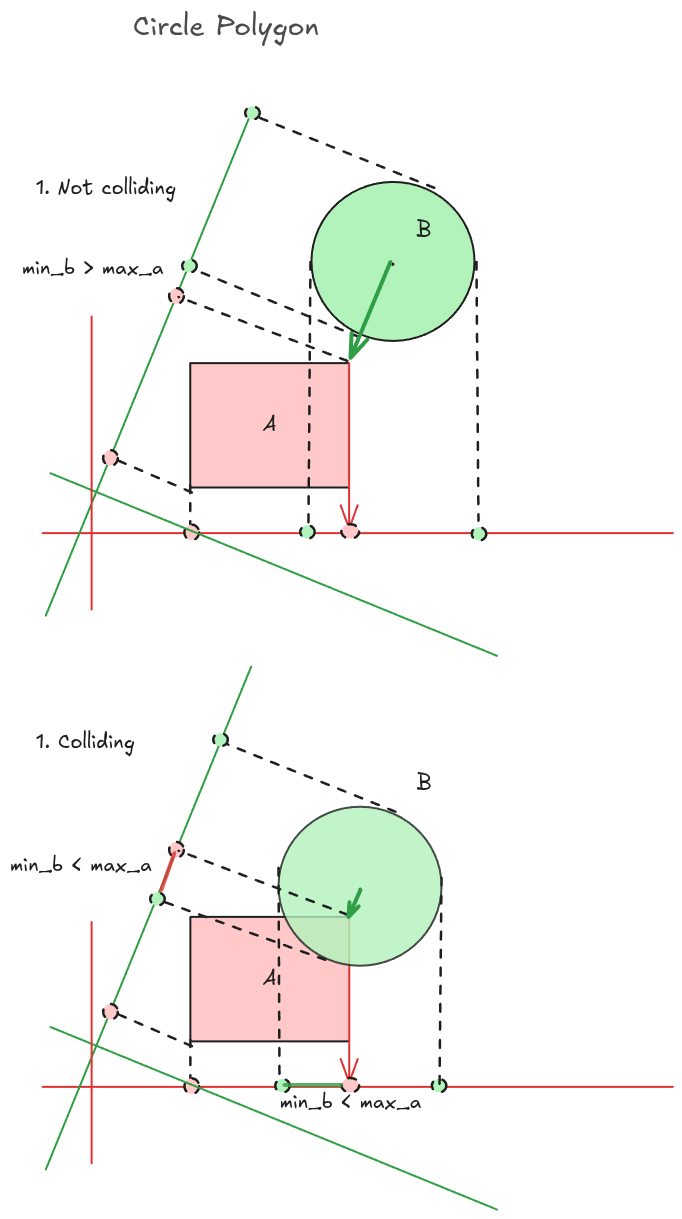
This is readme/sat_polygon_circle.excalidraw.png from OskarMihalik/physics_2D, a Excalidraw export, as it was before one commit. Source tidied: one line per element, renumbered; positions are measured from the earlier drawing's top-left corner, leaving out a move shared by most shapes. Its diagram source:
```json
{"id": 0, "type": "rectangle", "strokeColor": "#1e1e1e", "backgroundColor": "#ffc9c9", "fillStyle": "solid", "strokeWidth": 2, "roughness": 0, "x": 180, "y": 353, "width": 159, "height": 124}
{"id": 1, "type": "text", "text": "A", "strokeColor": "#1e1e1e", "strokeWidth": 2, "roughness": 0, "fontSize": 20, "fontFamily": 5, "textAlign": "center", "verticalAlign": "middle", "inside": 0, "x": 253, "y": 403, "width": 14, "height": 25}
{"id": 2, "type": "arrow", "strokeColor": "#e03131", "strokeWidth": 2, "roughness": 0, "endArrowhead": "arrow", "round": true, "x": 339, "y": 353, "width": 0, "height": 166, "points": [[0, 0], [0, 166]]}
{"id": 3, "type": "line", "strokeColor": "#e03131", "strokeWidth": 2, "roughness": 0, "x": 32, "y": 523, "width": 630, "height": 0, "points": [[0, 0], [630, 0]]}
{"id": 4, "type": "line", "strokeColor": "#1e1e1e", "strokeWidth": 2, "strokeStyle": "dashed", "roughness": 0, "x": 180, "y": 475, "width": 0, "height": 51, "points": [[0, 0], [0, 51]]}
{"id": 5, "type": "ellipse", "strokeColor": "#1e1e1e", "backgroundColor": "#ffc9c9", "fillStyle": "solid", "strokeWidth": 2, "strokeStyle": "dashed", "roughness": 0, "x": 174, "y": 515, "width": 15, "height": 16}
{"id": 6, "type": "ellipse", "strokeColor": "#1e1e1e", "backgroundColor": "#ffc9c9", "fillStyle": "solid", "strokeWidth": 2, "strokeStyle": "dashed", "roughness": 0, "x": 331, "y": 514, "width": 18, "height": 14}
{"id": 7, "type": "ellipse", "strokeColor": "#1e1e1e", "backgroundColor": "#b2f2bb", "fillStyle": "solid", "strokeWidth": 2, "strokeStyle": "dashed", "roughness": 0, "x": 462, "y": 517, "width": 14, "height": 13}
{"id": 8, "type": "text", "text": "1. Not colliding", "strokeColor": "#1e1e1e", "backgroundColor": "#b2f2bb", "fillStyle": "solid", "strokeWidth": 2, "strokeStyle": "dashed", "roughness": 0, "fontSize": 20, "fontFamily": 5, "x": 26, "y": 166, "width": 140, "height": 25}
{"id": 9, "type": "line", "strokeColor": "#2f9e44", "angle": 6.25, "strokeWidth": 2, "roughness": 0, "x": 43, "y": 457, "width": 441, "height": 196, "points": [[0, 0], [441, 196]]}
{"id": 10, "type": "line", "strokeColor": "#2f9e44", "angle": 6.25, "strokeWidth": 2, "roughness": 0, "x": 248, "y": 106, "width": 220, "height": 497, "points": [[0, 0], [-220, 497]]}
{"id": 11, "type": "line", "strokeColor": "#e03131", "strokeWidth": 2, "roughness": 0, "x": 82, "y": 306, "width": 0, "height": 293, "points": [[0, 0], [0, 293]]}
{"id": 12, "type": "text", "text": "min_b > max_a", "strokeColor": "#1e1e1e", "strokeWidth": 2, "strokeStyle": "dashed", "roughness": 0, "fontSize": 20, "fontFamily": 5, "x": 12, "y": 247, "width": 142, "height": 25}
{"id": 13, "type": "text", "text": "Circle Polygon", "strokeColor": "#1e1e1e", "strokeWidth": 4, "roughness": 0, "opacity": 80, "fontSize": 28, "fontFamily": 5, "x": 123, "y": 0, "width": 186, "height": 35}
{"id": 14, "type": "ellipse", "strokeColor": "#1e1e1e", "backgroundColor": "#b2f2bb", "fillStyle": "solid", "strokeWidth": 2, "roughness": 0, "round": true, "x": 301, "y": 172, "width": 163, "height": 159}
{"id": 15, "type": "text", "text": ".", "strokeColor": "#1e1e1e", "backgroundColor": "#b2f2bb", "fillStyle": "solid", "strokeWidth": 2, "roughness": 0, "fontSize": 20, "fontFamily": 5, "textAlign": "center", "verticalAlign": "middle", "inside": 14, "x": 380, "y": 239, "width": 5, "height": 25}
{"id": 16, "type": "text", "text": "B", "strokeColor": "#1e1e1e", "strokeWidth": 2, "roughness": 0, "fontSize": 20, "fontFamily": 5, "textAlign": "center", "verticalAlign": "middle", "x": 406, "y": 208, "width": 15, "height": 25}
{"id": 17, "type": "arrow", "strokeColor": "#1e1e1e", "strokeWidth": 2, "strokeStyle": "dashed", "roughness": 0, "round": true, "from": 14, "to": 18, "x": 349, "y": 327, "width": 168, "height": 69, "points": [[0, 0], [-168, -69]]}
{"id": 18, "type": "ellipse", "strokeColor": "#1e1e1e", "backgroundColor": "#b2f2bb", "fillStyle": "solid", "strokeWidth": 2, "strokeStyle": "dashed", "roughness": 0, "x": 172, "y": 249, "width": 15, "height": 13}
{"id": 19, "type": "ellipse", "strokeColor": "#1e1e1e", "backgroundColor": "#ffc9c9", "fillStyle": "solid", "strokeWidth": 2, "strokeStyle": "dashed", "roughness": 0, "x": 159, "y": 278, "width": 15, "height": 16}
{"id": 20, "type": "line", "strokeColor": "#1e1e1e", "strokeWidth": 2, "strokeStyle": "dashed", "roughness": 0, "round": true, "x": 466, "y": 252, "width": 2, "height": 259, "points": [[0, 0], [2, 259]]}
{"id": 21, "type": "line", "strokeColor": "#1e1e1e", "strokeWidth": 2, "strokeStyle": "dashed", "roughness": 0, "round": true, "x": 300, "y": 252, "width": 2, "height": 264, "points": [[0, 0], [-2, 264]]}
{"id": 22, "type": "ellipse", "strokeColor": "#1e1e1e", "backgroundColor": "#b2f2bb", "fillStyle": "solid", "strokeWidth": 2, "strokeStyle": "dashed", "roughness": 0, "x": 290, "y": 515, "width": 14, "height": 13}
{"id": 23, "type": "arrow", "strokeColor": "#2f9e44", "strokeWidth": 4, "roughness": 0, "endArrowhead": "arrow", "round": true, "from": 14, "x": 380, "y": 252, "width": 40, "height": 96, "points": [[0, 0], [-40, 96]]}
{"id": 24, "type": "line", "strokeColor": "#1e1e1e", "strokeWidth": 2, "strokeStyle": "dashed", "roughness": 0, "round": true, "x": 337, "y": 351, "width": 169, "height": 64, "points": [[0, 0], [-169, -64]]}
{"id": 25, "type": "line", "strokeColor": "#1e1e1e", "strokeWidth": 2, "strokeStyle": "dashed", "roughness": 0, "round": true, "x": 182, "y": 482, "width": 81, "height": 35, "points": [[0, 0], [-81, -35]]}
{"id": 26, "type": "line", "strokeColor": "#1e1e1e", "strokeWidth": 2, "strokeStyle": "dashed", "roughness": 0, "round": true, "x": 424, "y": 178, "width": 182, "height": 73, "points": [[0, 0], [-182, -73]]}
{"id": 27, "type": "ellipse", "strokeColor": "#1e1e1e", "backgroundColor": "#b2f2bb", "fillStyle": "solid", "strokeWidth": 2, "strokeStyle": "dashed", "roughness": 0, "x": 235, "y": 96, "width": 15, "height": 13}
{"id": 28, "type": "ellipse", "strokeColor": "#1e1e1e", "backgroundColor": "#ffc9c9", "fillStyle": "solid", "strokeWidth": 2, "strokeStyle": "dashed", "roughness": 0, "x": 93, "y": 440, "width": 15, "height": 16}
{"id": 29, "type": "rectangle", "strokeColor": "#1e1e1e", "backgroundColor": "#ffc9c9", "fillStyle": "solid", "strokeWidth": 2, "roughness": 0, "x": 180, "y": 907, "width": 159, "height": 124}
{"id": 30, "type": "text", "text": "A", "strokeColor": "#1e1e1e", "strokeWidth": 2, "roughness": 0, "fontSize": 20, "fontFamily": 5, "textAlign": "center", "verticalAlign": "middle", "inside": 29, "x": 253, "y": 957, "width": 14, "height": 25}
{"id": 31, "type": "arrow", "strokeColor": "#e03131", "strokeWidth": 2, "roughness": 0, "endArrowhead": "arrow", "round": true, "x": 339, "y": 907, "width": 0, "height": 166, "points": [[0, 0], [0, 166]]}
{"id": 32, "type": "line", "strokeColor": "#e03131", "strokeWidth": 2, "roughness": 0, "x": 33, "y": 1077, "width": 630, "height": 0, "points": [[0, 0], [630, 0]]}
{"id": 33, "type": "line", "strokeColor": "#1e1e1e", "strokeWidth": 2, "strokeStyle": "dashed", "roughness": 0, "x": 180, "y": 1029, "width": 0, "height": 51, "points": [[0, 0], [0, 51]]}
{"id": 34, "type": "ellipse", "strokeColor": "#1e1e1e", "backgroundColor": "#ffc9c9", "fillStyle": "solid", "strokeWidth": 2, "strokeStyle": "dashed", "roughness": 0, "x": 174, "y": 1068, "width": 15, "height": 16}
{"id": 35, "type": "ellipse", "strokeColor": "#1e1e1e", "backgroundColor": "#ffc9c9", "fillStyle": "solid", "strokeWidth": 2, "strokeStyle": "dashed", "roughness": 0, "x": 331, "y": 1068, "width": 18, "height": 14}
{"id": 36, "type": "ellipse", "strokeColor": "#1e1e1e", "backgroundColor": "#b2f2bb", "fillStyle": "solid", "strokeWidth": 2, "strokeStyle": "dashed", "roughness": 0, "x": 422, "y": 1069, "width": 14, "height": 13}
{"id": 37, "type": "text", "text": "1. Colliding", "strokeColor": "#1e1e1e", "backgroundColor": "#b2f2bb", "fillStyle": "solid", "strokeWidth": 2, "strokeStyle": "dashed", "roughness": 0, "fontSize": 20, "fontFamily": 5, "x": 26, "y": 720, "width": 99, "height": 25}
{"id": 38, "type": "line", "strokeColor": "#2f9e44", "angle": 6.25, "strokeWidth": 2, "roughness": 0, "x": 43, "y": 1011, "width": 441, "height": 196, "points": [[0, 0], [441, 196]]}
{"id": 39, "type": "line", "strokeColor": "#2f9e44", "angle": 6.25, "strokeWidth": 2, "roughness": 0, "x": 248, "y": 660, "width": 220, "height": 497, "points": [[0, 0], [-220, 497]]}
{"id": 40, "type": "line", "strokeColor": "#e03131", "strokeWidth": 2, "roughness": 0, "x": 82, "y": 912, "width": 0, "height": 241, "points": [[0, 0], [0, 241]]}
{"id": 41, "type": "text", "text": "min_b < max_a", "strokeColor": "#1e1e1e", "strokeWidth": 2, "strokeStyle": "dashed", "roughness": 0, "fontSize": 20, "fontFamily": 5, "x": 0, "y": 844, "width": 142, "height": 25}
{"id": 42, "type": "ellipse", "strokeColor": "#1e1e1e", "backgroundColor": "#b2f2bb", "fillStyle": "solid", "strokeWidth": 2, "roughness": 0, "opacity": 80, "round": true, "x": 269, "y": 797, "width": 163, "height": 159}
{"id": 43, "type": "text", "text": ".", "strokeColor": "#1e1e1e", "backgroundColor": "#b2f2bb", "fillStyle": "solid", "strokeWidth": 2, "roughness": 0, "opacity": 80, "fontSize": 20, "fontFamily": 5, "textAlign": "center", "verticalAlign": "middle", "inside": 42, "x": 347, "y": 864, "width": 5, "height": 25}
{"id": 44, "type": "text", "text": "B", "strokeColor": "#1e1e1e", "strokeWidth": 2, "roughness": 0, "fontSize": 20, "fontFamily": 5, "textAlign": "center", "verticalAlign": "middle", "x": 406, "y": 762, "width": 15, "height": 25}
{"id": 45, "type": "arrow", "strokeColor": "#1e1e1e", "strokeWidth": 2, "strokeStyle": "dashed", "roughness": 0, "round": true, "from": 42, "x": 315, "y": 950, "width": 165, "height": 59, "points": [[0, 0], [-165, -59]]}
{"id": 46, "type": "ellipse", "strokeColor": "#1e1e1e", "backgroundColor": "#ffc9c9", "fillStyle": "solid", "strokeWidth": 2, "strokeStyle": "dashed", "roughness": 0, "x": 159, "y": 832, "width": 15, "height": 16}
{"id": 47, "type": "line", "strokeColor": "#1e1e1e", "strokeWidth": 2, "strokeStyle": "dashed", "roughness": 0, "round": true, "x": 432, "y": 868, "width": 2, "height": 208, "points": [[0, 0], [-2, 208]]}
{"id": 48, "type": "line", "strokeColor": "#1e1e1e", "strokeWidth": 2, "strokeStyle": "dashed", "roughness": 0, "round": true, "x": 269, "y": 858, "width": 1, "height": 220, "points": [[0, 0], [1, 220]]}
{"id": 49, "type": "ellipse", "strokeColor": "#1e1e1e", "backgroundColor": "#b2f2bb", "fillStyle": "solid", "strokeWidth": 2, "strokeStyle": "dashed", "roughness": 0, "x": 265, "y": 1069, "width": 14, "height": 13}
{"id": 50, "type": "line", "strokeColor": "#1e1e1e", "strokeWidth": 2, "strokeStyle": "dashed", "roughness": 0, "round": true, "x": 338, "y": 905, "width": 169, "height": 64, "points": [[0, 0], [-169, -64]]}
{"id": 51, "type": "line", "strokeColor": "#1e1e1e", "strokeWidth": 2, "strokeStyle": "dashed", "roughness": 0, "round": true, "x": 182, "y": 1036, "width": 81, "height": 35, "points": [[0, 0], [-81, -35]]}
{"id": 52, "type": "line", "strokeColor": "#1e1e1e", "strokeWidth": 2, "strokeStyle": "dashed", "roughness": 0, "round": true, "x": 386, "y": 802, "width": 182, "height": 73, "points": [[0, 0], [-182, -73]]}
{"id": 53, "type": "ellipse", "strokeColor": "#1e1e1e", "backgroundColor": "#b2f2bb", "fillStyle": "solid", "strokeWidth": 2, "strokeStyle": "dashed", "roughness": 0, "x": 203, "y": 723, "width": 15, "height": 13}
{"id": 54, "type": "ellipse", "strokeColor": "#1e1e1e", "backgroundColor": "#ffc9c9", "fillStyle": "solid", "strokeWidth": 2, "strokeStyle": "dashed", "roughness": 0, "x": 93, "y": 994, "width": 15, "height": 16}
{"id": 55, "type": "ellipse", "strokeColor": "#1e1e1e", "backgroundColor": "#b2f2bb", "fillStyle": "solid", "strokeWidth": 2, "strokeStyle": "dashed", "roughness": 0, "x": 140, "y": 882, "width": 15, "height": 13}
{"id": 56, "type": "line", "strokeColor": "#e03131", "strokeWidth": 4, "roughness": 0, "opacity": 80, "round": true, "x": 164, "y": 843, "width": 13, "height": 37, "points": [[0, 0], [-13, 37]]}
{"id": 57, "type": "line", "strokeColor": "#2f9e44", "strokeWidth": 4, "roughness": 0, "opacity": 80, "round": true, "x": 274, "y": 1075, "width": 57, "height": 0, "points": [[0, 0], [57, 0]]}
{"id": 58, "type": "arrow", "strokeColor": "#2f9e44", "strokeWidth": 4, "roughness": 0, "endArrowhead": "arrow", "round": true, "from": 42, "to": 42, "x": 350, "y": 880, "width": 12, "height": 27, "points": [[0, 0], [-12, 27]]}
{"id": 59, "type": "text", "text": "min_b < max_a", "strokeColor": "#1e1e1e", "strokeWidth": 2, "strokeStyle": "dashed", "roughness": 0, "fontSize": 20, "fontFamily": 5, "x": 270, "y": 1080, "width": 142, "height": 25}
```
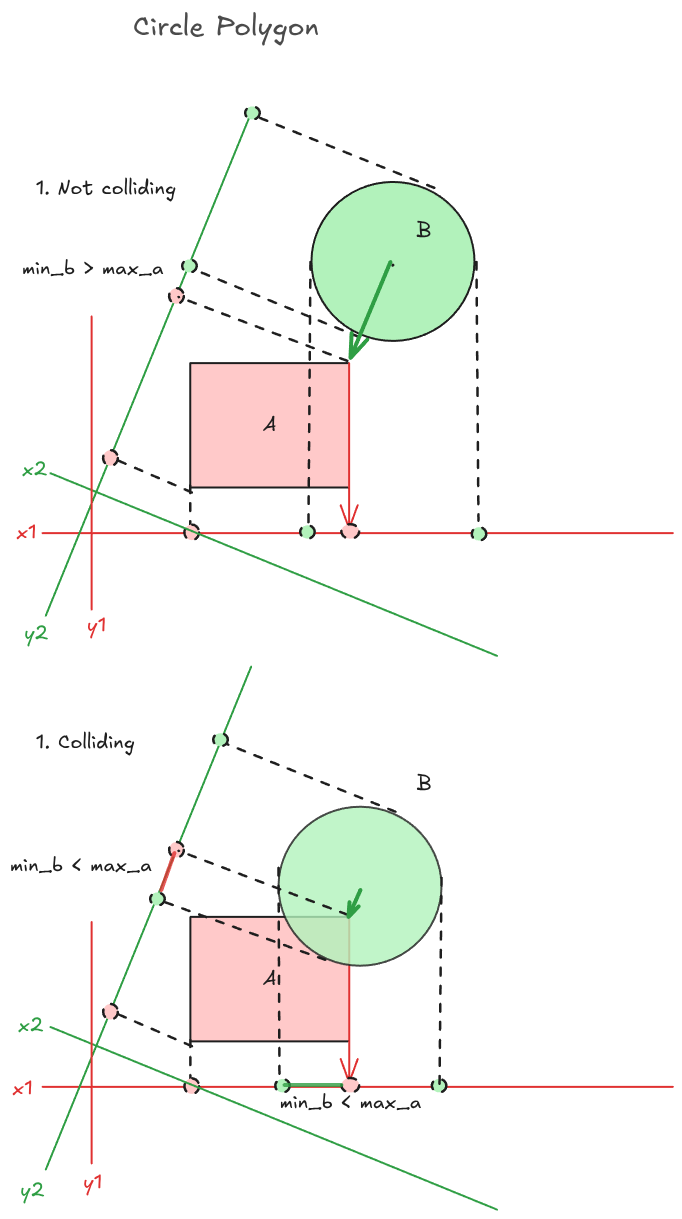
The same diagram one commit later.

Commit message:
feat(readme): add axes to sat

The edit, as a diff of the source:
```diff
@@ -58,3 +58,11 @@
 {"id": 57, "type": "line", "strokeColor": "#2f9e44", "strokeWidth": 4, "roughness": 0, "opacity": 80, "round": true, "x": 274, "y": 1075, "width": 57, "height": 0, "points": [[0, 0], [57, 0]]}
 {"id": 58, "type": "arrow", "strokeColor": "#2f9e44", "strokeWidth": 4, "roughness": 0, "endArrowhead": "arrow", "round": true, "from": 42, "to": 42, "x": 350, "y": 880, "width": 12, "height": 27, "points": [[0, 0], [-12, 27]]}
 {"id": 59, "type": "text", "text": "min_b < max_a", "strokeColor": "#1e1e1e", "strokeWidth": 2, "strokeStyle": "dashed", "roughness": 0, "fontSize": 20, "fontFamily": 5, "x": 270, "y": 1080, "width": 142, "height": 25}
+{"id": 60, "type": "text", "text": "x1", "strokeColor": "#e03131", "strokeWidth": 2, "roughness": 1, "fontSize": 20, "fontFamily": 5, "x": 6, "y": 510, "width": 20, "height": 25}
+{"id": 61, "type": "text", "text": "y1", "strokeColor": "#e03131", "strokeWidth": 2, "roughness": 1, "fontSize": 20, "fontFamily": 5, "x": 77, "y": 604, "width": 19, "height": 25}
+{"id": 62, "type": "text", "text": "x2", "strokeColor": "#2f9e44", "strokeWidth": 2, "roughness": 1, "fontSize": 20, "fontFamily": 5, "x": 12, "y": 447, "width": 26, "height": 25}
+{"id": 63, "type": "text", "text": "y2", "strokeColor": "#2f9e44", "strokeWidth": 2, "roughness": 1, "fontSize": 20, "fontFamily": 5, "x": 14, "y": 611, "width": 25, "height": 25}
+{"id": 64, "type": "text", "text": "x1", "strokeColor": "#e03131", "strokeWidth": 2, "roughness": 1, "fontSize": 20, "fontFamily": 5, "x": 2, "y": 1067, "width": 20, "height": 25}
+{"id": 65, "type": "text", "text": "y1", "strokeColor": "#e03131", "strokeWidth": 2, "roughness": 1, "fontSize": 20, "fontFamily": 5, "x": 73, "y": 1161, "width": 19, "height": 25}
+{"id": 66, "type": "text", "text": "x2", "strokeColor": "#2f9e44", "strokeWidth": 2, "roughness": 1, "fontSize": 20, "fontFamily": 5, "x": 8, "y": 1004, "width": 26, "height": 25}
+{"id": 67, "type": "text", "text": "y2", "strokeColor": "#2f9e44", "strokeWidth": 2, "roughness": 1, "fontSize": 20, "fontFamily": 5, "x": 10, "y": 1168, "width": 25, "height": 25}
```
